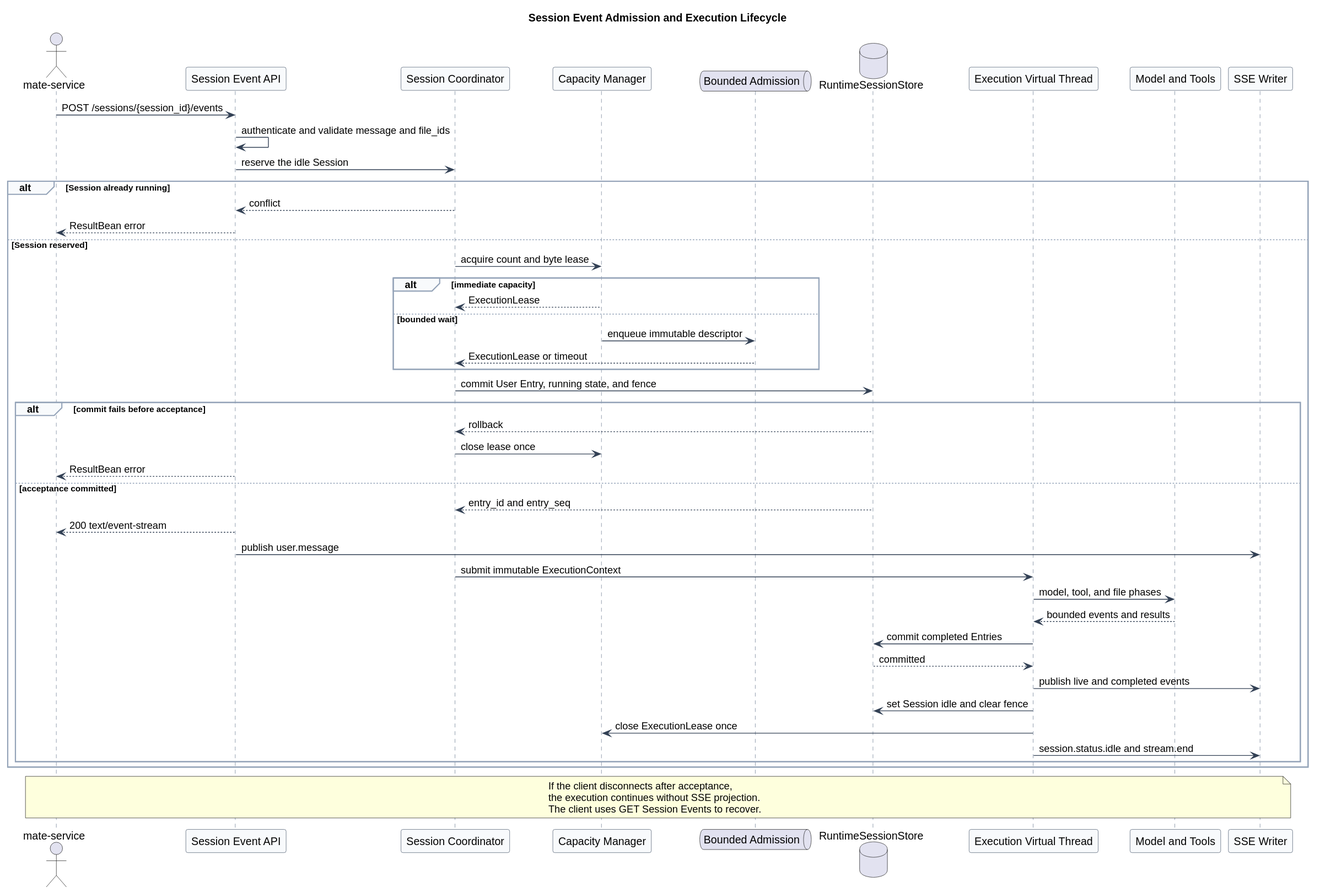
Before: 01-总体架构/03-虚拟线程并发管理/execution_admission_and_lifecycle.svg, a diagram exported from PlantUML (ssm0808/pi-mono-java-design).
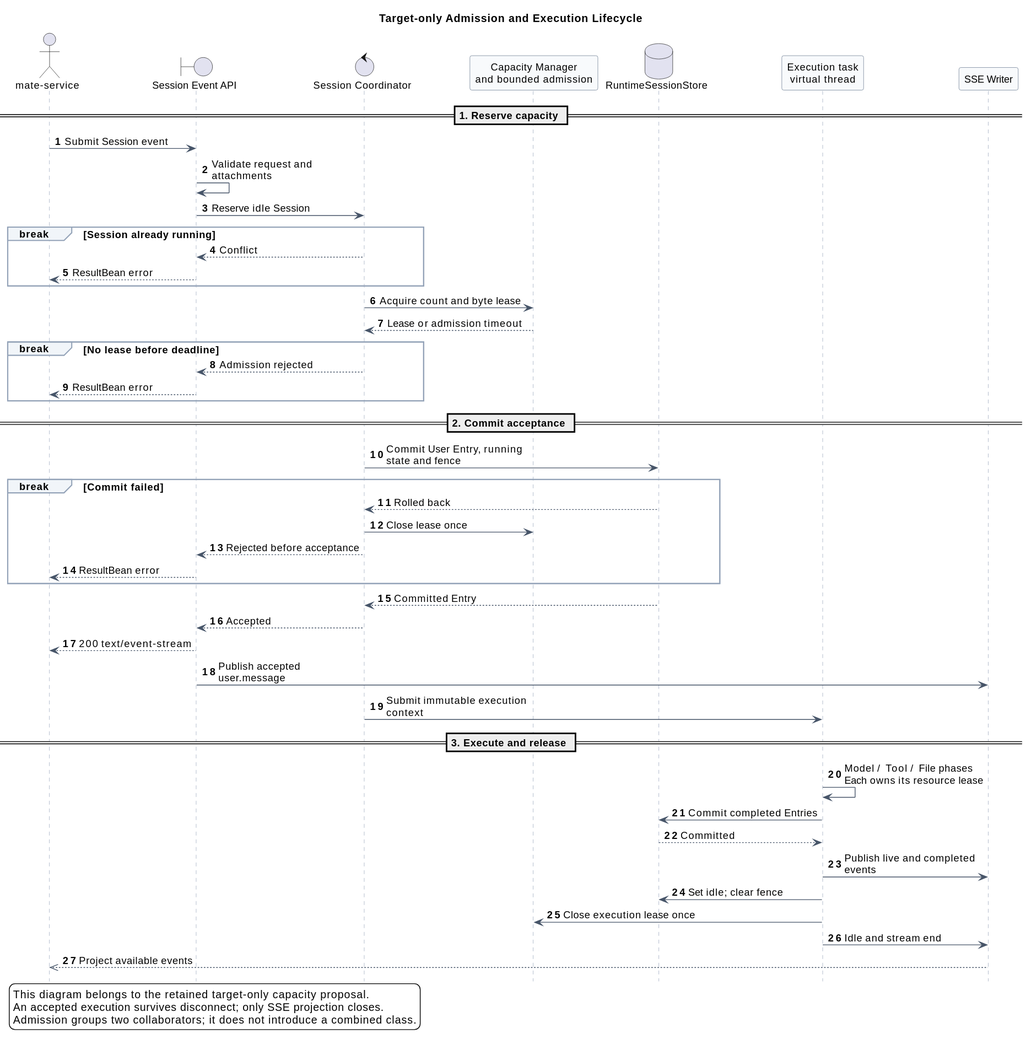
After the change.

The edit, as a diff of the source:
```diff
@@ -1,70 +1,71 @@
 @startuml
-title Session Event Admission and Execution Lifecycle
-
-
-skinparam backgroundColor #FFFFFF
+title Target-only Admission and Execution Lifecycle
+autonumber
+hide footbox
+skinparam backgroundColor white
 skinparam shadowing false
-skinparam defaultFontName Arial
+skinparam defaultFontSize 13
+skinparam maxMessageSize 190
+skinparam BoxPadding 10
 skinparam sequence {
-  ArrowColor #334155
-  LifeLineBorderColor #64748B
-  LifeLineBackgroundColor #F8FAFC
-  ParticipantBorderColor #475569
+  ArrowColor #475569
+  LifeLineBorderColor #94A3B8
+  ParticipantBorderColor #64748B
   ParticipantBackgroundColor #F8FAFC
   GroupBorderColor #94A3B8
-  GroupBackgroundColor #F8FAFC
+  GroupBackgroundColor #F1F5F9
 }
 
-actor "mate-service" as client
-participant "Session Event API" as api
-participant "Session Coordinator" as session
-participant "Capacity Manager" as capacity
-queue "Bounded Admission" as queue
-database "RuntimeSessionStore" as store
-participant "Execution Virtual Thread" as task
-participant "Model and Tools" as downstream
-participant "SSE Writer" as sse
+actor "mate-service" as Client
+boundary "Session Event API" as API
+control "Session Coordinator" as Session
+participant "Capacity Manager\nand bounded admission" as Capacity
+database "RuntimeSessionStore" as Store
+participant "Execution task\nvirtual thread" as Task
+participant "SSE Writer" as SSE
 
-client -> api : POST /sessions/{session_id}/events
-api -> api : authenticate and validate message and file_ids
-api -> session : reserve the idle Session
-
-alt Session already running
-  session --> api : conflict
-  api --> client : ResultBean error
-else Session reserved
-  session -> capacity : acquire count and byte lease
-  alt immediate capacity
-    capacity --> session : ExecutionLease
-  else bounded wait
-    capacity -> queue : enqueue immutable descriptor
-    queue --> session : ExecutionLease or timeout
-  end
-
-  session -> store : commit User Entry, running state, and fence
-  alt commit fails before acceptance
-    store --> session : rollback
-    session -> capacity : close lease once
-    api --> client : ResultBean error
-  else acceptance committed
-    store --> session : entry_id and entry_seq
-    api --> client : 200 text/event-stream
-    api -> sse : publish user.message
-    session -> task : submit immutable ExecutionContext
-    task -> downstream : model, tool, and file phases
-    downstream --> task : bounded events and results
-    task -> store : commit completed Entries
-    store --> task : committed
-    task -> sse : publish live and completed events
-    task -> store : set Session idle and clear fence
-    task -> capacity : close ExecutionLease once
-    task -> sse : session.status.idle and stream.end
-  end
+== 1. Reserve capacity ==
+Client -> API : Submit Session event
+API -> API : Validate request and attachments
+API -> Session : Reserve idle Session
+break Session already running
+  Session --> API : Conflict
+  API --> Client : ResultBean error
+end
+Session -> Capacity : Acquire count and byte lease
+Capacity --> Session : Lease or admission timeout
+break No lease before deadline
+  Session --> API : Admission rejected
+  API --> Client : ResultBean error
 end
 
-note over client,sse
-If the client disconnects after acceptance,
-the execution continues without SSE projection.
-The client uses GET Session Events to recover.
-end note
+== 2. Commit acceptance ==
+Session -> Store : Commit User Entry, running state and fence
+break Commit failed
+  Store --> Session : Rolled back
+  Session -> Capacity : Close lease once
+  Session --> API : Rejected before acceptance
+  API --> Client : ResultBean error
+end
+  Store --> Session : Committed Entry
+  Session --> API : Accepted
+  API --> Client : 200 text/event-stream
+  API -> SSE : Publish accepted user.message
+Session -> Task : Submit immutable execution context
+
+== 3. Execute and release ==
+Task -> Task : Model / Tool / File phases\nEach owns its resource lease
+Task -> Store : Commit completed Entries
+Store --> Task : Committed
+Task -> SSE : Publish live and completed events
+Task -> Store : Set idle; clear fence
+Task -> Capacity : Close execution lease once
+Task -> SSE : Idle and stream end
+SSE -->> Client : Project available events
+
+legend bottom left
+This diagram belongs to the retained target-only capacity proposal.
+An accepted execution survives disconnect; only SSE projection closes.
+Admission groups two collaborators; it does not introduce a combined class.
+endlegend
 @enduml
```
